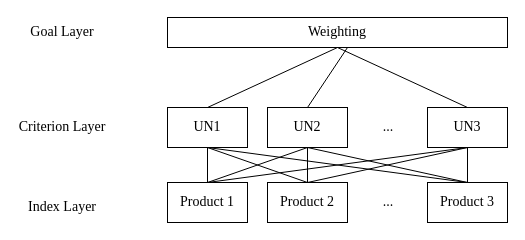
Above: Hierarchical model.drawio in df3dysn/Yang- (draw.io), before the change. Source tidied: cells renumbered, new cells numbered last; positions are measured from the earlier drawing's top-left corner, leaving out a move shared by most shapes. Both pictures are drawn from the tidied source at 100%, with x=0, y=0 at pixel (17, 17).
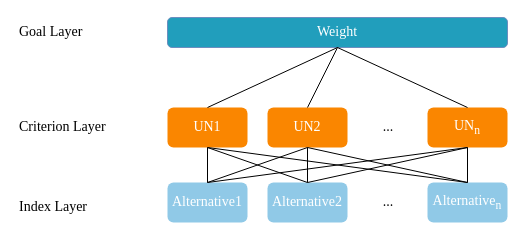
After the change.

What changed in the source:
```diff
@@
-    <mxCell id="2" value="Weighting" style="rounded=0;whiteSpace=wrap;html=1;fontFamily=Times New Roman;fontSize=14;" parent="1" vertex="1">
+    <mxCell id="2" value="Weight" style="rounded=1;whiteSpace=wrap;html=1;fontFamily=Times New Roman;fontSize=14;fillColor=#219EBC;strokeColor=#6c8ebf;fontColor=#FFFFFF;" parent="1" vertex="1">
       <mxGeometry x="150" width="340" height="30" as="geometry" />
     </mxCell>
-    <mxCell id="3" value="UN1" style="rounded=0;whiteSpace=wrap;html=1;fontFamily=Times New Roman;fontSize=14;" parent="1" vertex="1">
+    <mxCell id="3" value="UN1" style="rounded=1;whiteSpace=wrap;html=1;fontFamily=Times New Roman;fontSize=14;fillColor=#FA8600;fontColor=#FFFFFF;strokeColor=none;" parent="1" vertex="1">
       <mxGeometry x="150" y="90" width="80" height="40" as="geometry" />
     </mxCell>
-    <mxCell id="4" value="UN2" style="rounded=0;whiteSpace=wrap;html=1;fontFamily=Times New Roman;fontSize=14;" parent="1" vertex="1">
+    <mxCell id="4" value="UN2" style="rounded=1;whiteSpace=wrap;html=1;fontFamily=Times New Roman;fontSize=14;fillColor=#FA8600;fontColor=#FFFFFF;strokeColor=none;" parent="1" vertex="1">
       <mxGeometry x="250" y="90" width="80" height="40" as="geometry" />
     </mxCell>
-    <mxCell id="5" value="Goal Layer" style="text;html=1;strokeColor=none;fillColor=none;align=center;verticalAlign=middle;whiteSpace=wrap;rounded=0;fontFamily=Times New Roman;fontSize=14;" parent="1" vertex="1">
+    <mxCell id="5" value="Goal Layer" style="text;html=1;strokeColor=none;fillColor=none;align=left;verticalAlign=middle;whiteSpace=wrap;rounded=0;fontFamily=Times New Roman;fontSize=14;" parent="1" vertex="1">
       <mxGeometry width="90" height="30" as="geometry" />
     </mxCell>
-    <mxCell id="6" value="UN3" style="rounded=0;whiteSpace=wrap;html=1;fontFamily=Times New Roman;fontSize=14;" parent="1" vertex="1">
+    <mxCell id="6" value="UN&lt;sub&gt;n&lt;/sub&gt;" style="rounded=1;whiteSpace=wrap;html=1;fontFamily=Times New Roman;fontSize=14;fillColor=#FA8600;fontColor=#FFFFFF;strokeColor=none;" parent="1" vertex="1">
       <mxGeometry x="410" y="90" width="80" height="40" as="geometry" />
     </mxCell>
-    <mxCell id="7" value="Product 1" style="rounded=0;whiteSpace=wrap;html=1;fontFamily=Times New Roman;fontSize=14;" parent="1" vertex="1">
+    <mxCell id="7" value="Alternative1" style="rounded=1;whiteSpace=wrap;html=1;fontFamily=Times New Roman;fontSize=14;fillColor=#90C9E7;strokeColor=none;fontColor=#FFFFFF;" parent="1" vertex="1">
       <mxGeometry x="150" y="165" width="80" height="40" as="geometry" />
     </mxCell>
-    <mxCell id="8" value="Criterion Layer" style="text;html=1;strokeColor=none;fillColor=none;align=center;verticalAlign=middle;whiteSpace=wrap;rounded=0;fontFamily=Times New Roman;fontSize=14;" parent="1" vertex="1">
+    <mxCell id="8" value="Criterion Layer" style="text;html=1;strokeColor=none;fillColor=none;align=left;verticalAlign=middle;whiteSpace=wrap;rounded=0;fontFamily=Times New Roman;fontSize=14;" parent="1" vertex="1">
       <mxGeometry y="95" width="90" height="30" as="geometry" />
     </mxCell>
-    <mxCell id="9" value="Index Layer" style="text;html=1;strokeColor=none;fillColor=none;align=center;verticalAlign=middle;whiteSpace=wrap;rounded=0;fontFamily=Times New Roman;fontSize=14;" parent="1" vertex="1">
+    <mxCell id="9" value="Index Layer" style="text;html=1;strokeColor=none;fillColor=none;align=left;verticalAlign=middle;whiteSpace=wrap;rounded=0;fontFamily=Times New Roman;fontSize=14;" parent="1" vertex="1">
       <mxGeometry y="175" width="90" height="30" as="geometry" />
     </mxCell>
-    <mxCell id="10" value="Product 2" style="rounded=0;whiteSpace=wrap;html=1;fontFamily=Times New Roman;fontSize=14;" parent="1" vertex="1">
+    <mxCell id="10" value="Alternative2" style="rounded=1;whiteSpace=wrap;html=1;fontFamily=Times New Roman;fontSize=14;fillColor=#90C9E7;strokeColor=none;fontColor=#FFFFFF;" parent="1" vertex="1">
       <mxGeometry x="250" y="165" width="80" height="40" as="geometry" />
     </mxCell>
-    <mxCell id="11" value="Product 3" style="rounded=0;whiteSpace=wrap;html=1;fontFamily=Times New Roman;fontSize=14;" parent="1" vertex="1">
+    <mxCell id="11" value="Alternative&lt;sub&gt;n&lt;/sub&gt;" style="rounded=1;whiteSpace=wrap;html=1;fontFamily=Times New Roman;fontSize=14;fillColor=#90C9E7;strokeColor=none;fontColor=#FFFFFF;" parent="1" vertex="1">
       <mxGeometry x="410" y="165" width="80" height="40" as="geometry" />
     </mxCell>
@@
-    <mxCell id="13" style="endArrow=none;html=1;rounded=0;exitX=0.5;exitY=0;exitDx=0;exitDy=0;fontFamily=Times New Roman;fontSize=14;" parent="1" edge="1" source="4">
-      <mxGeometry relative="1" as="geometry">
-        <mxPoint x="330" y="30" as="targetPoint" />
-      </mxGeometry>
+    <mxCell id="13" style="endArrow=none;html=1;rounded=0;exitX=0.5;exitY=0;exitDx=0;exitDy=0;fontFamily=Times New Roman;fontSize=14;entryX=0.5;entryY=1;entryDx=0;entryDy=0;" parent="1" edge="1" source="4" target="2">
+      <mxGeometry relative="1" as="geometry" />
     </mxCell>
```
